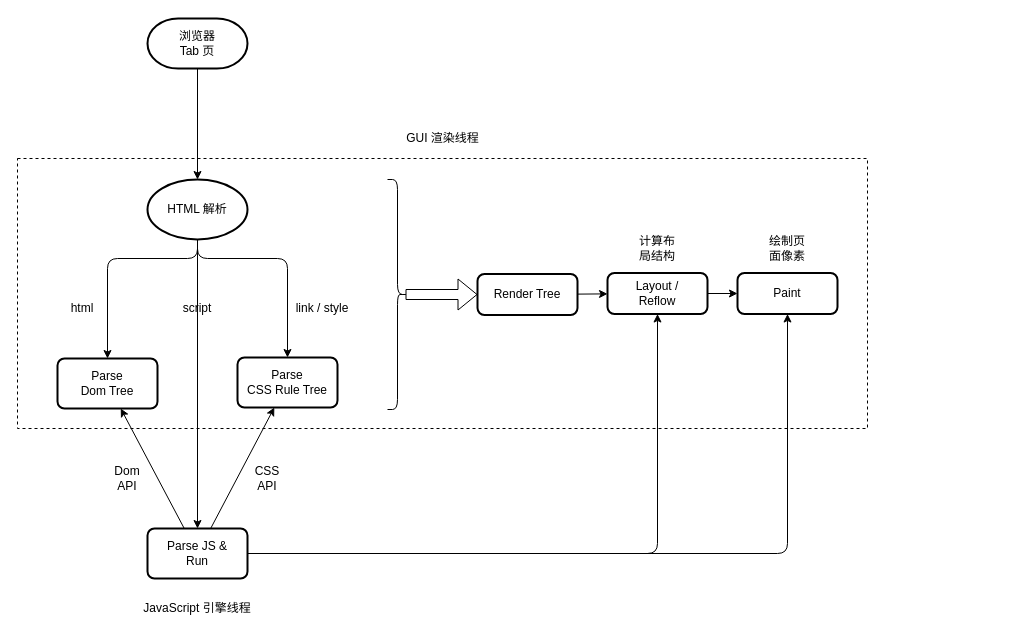
Earlier version of the draw.io diagram 知识库.drawio (xiazhiqiang/diagrams). Source tidied: cells renumbered, new cells numbered last; positions are measured from the earlier drawing's top-left corner, leaving out a move shared by most shapes. Both pictures are drawn from the tidied source at 100%, with x=0, y=0 at pixel (17, 18).
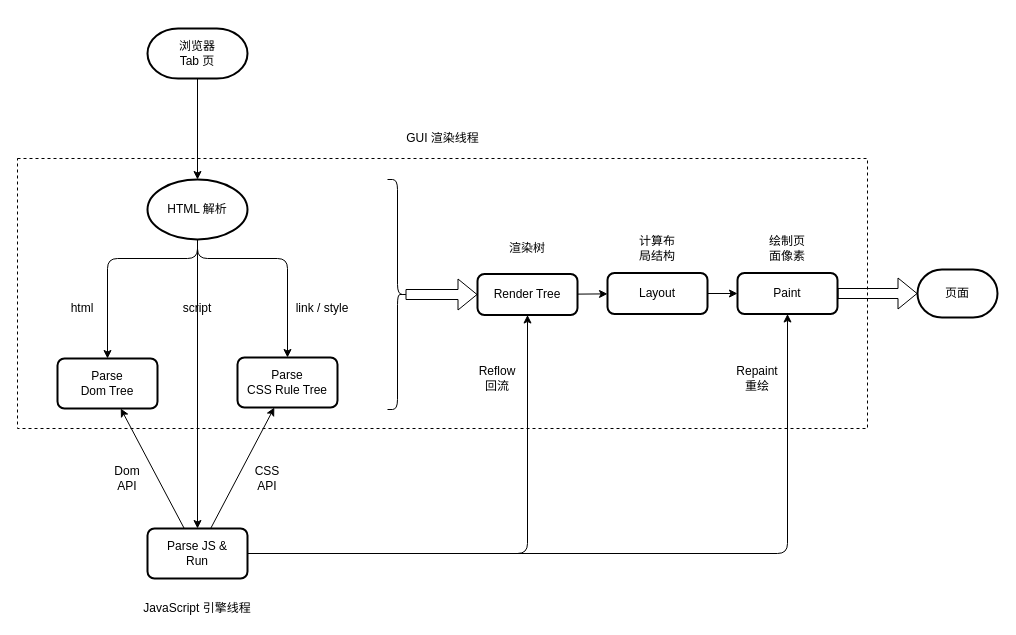
The same page after the edit.

Commit message:
更新知识库.drawio

The change refers to these unchanged cells:
```xml
<mxCell id="7" value="Render Tree" style="rounded=1;whiteSpace=wrap;html=1;absoluteArcSize=1;arcSize=14;strokeWidth=2;" parent="1" vertex="1">
  <mxGeometry x="460" y="255.5" width="100" height="41" as="geometry" />
</mxCell>
<mxCell id="17" value="Parse&amp;nbsp;JS &amp;amp;&lt;br&gt;Run" style="rounded=1;whiteSpace=wrap;html=1;absoluteArcSize=1;arcSize=14;strokeWidth=2;" parent="1" vertex="1">
  <mxGeometry x="130" y="510" width="100" height="50" as="geometry" />
</mxCell>
<mxCell id="25" value="Paint" style="rounded=1;whiteSpace=wrap;html=1;absoluteArcSize=1;arcSize=14;strokeWidth=2;" parent="1" vertex="1">
  <mxGeometry x="720" y="254.5" width="100" height="41" as="geometry" />
</mxCell>
```

What changed in the source:
```diff
@@
     <mxCell id="12" value="浏览器&lt;br&gt;Tab 页" style="strokeWidth=2;html=1;shape=mxgraph.flowchart.terminator;whiteSpace=wrap;rounded=0;" parent="1" vertex="1">
-      <mxGeometry x="130" width="100" height="50" as="geometry" />
+      <mxGeometry x="130" y="10" width="100" height="50" as="geometry" />
     </mxCell>
@@
-    <mxCell id="24" value="Layout /&lt;br&gt;Reflow" style="rounded=1;whiteSpace=wrap;html=1;absoluteArcSize=1;arcSize=14;strokeWidth=2;" parent="1" vertex="1">
+    <mxCell id="24" value="Layout" style="rounded=1;whiteSpace=wrap;html=1;absoluteArcSize=1;arcSize=14;strokeWidth=2;" parent="1" vertex="1">
       <mxGeometry x="590" y="254.5" width="100" height="41" as="geometry" />
     </mxCell>
@@
-    <mxCell id="30" style="edgeStyle=segmentEdgeStyle;endArrow=classic;html=1;" parent="1" edge="1" source="17" target="24">
+    <mxCell id="30" style="edgeStyle=segmentEdgeStyle;endArrow=classic;html=1;" parent="1" edge="1" source="17" target="7">
       <mxGeometry relative="1" as="geometry" />
     </mxCell>
@@
+    <mxCell id="32" value="Reflow&lt;br&gt;回流" style="text;html=1;strokeColor=none;fillColor=none;align=center;verticalAlign=middle;whiteSpace=wrap;rounded=0;" parent="1" vertex="1">
+      <mxGeometry x="460" y="350" width="40" height="20" as="geometry" />
+    </mxCell>
+    <mxCell id="33" value="Repaint&lt;br&gt;重绘" style="text;html=1;strokeColor=none;fillColor=none;align=center;verticalAlign=middle;whiteSpace=wrap;rounded=0;" parent="1" vertex="1">
+      <mxGeometry x="720" y="350" width="40" height="20" as="geometry" />
+    </mxCell>
+    <mxCell id="34" value="渲染树" style="text;html=1;strokeColor=none;fillColor=none;align=center;verticalAlign=middle;whiteSpace=wrap;rounded=0;" parent="1" vertex="1">
+      <mxGeometry x="490" y="220" width="40" height="20" as="geometry" />
+    </mxCell>
+    <mxCell id="35" value="页面" style="strokeWidth=2;html=1;shape=mxgraph.flowchart.terminator;whiteSpace=wrap;rounded=0;fillColor=none;" parent="1" vertex="1">
+      <mxGeometry x="900" y="251" width="80" height="48" as="geometry" />
+    </mxCell>
+    <mxCell id="36" style="shape=flexArrow;endArrow=classic;html=1;" parent="1" edge="1" source="25" target="35">
+      <mxGeometry relative="1" as="geometry" />
+    </mxCell>
```
